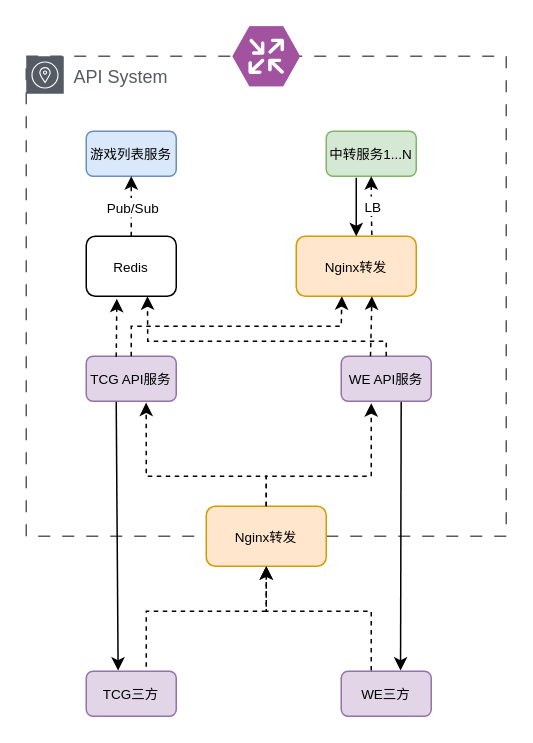
Above: 初步架构.drawio in scodfield/ppt (draw.io), before the change. Source tidied: cells renumbered, new cells numbered last; positions are measured from the earlier drawing's top-left corner, leaving out a move shared by most shapes. Both pictures are drawn from the tidied source at 150%, with x=0, y=0 at pixel (26, 26).
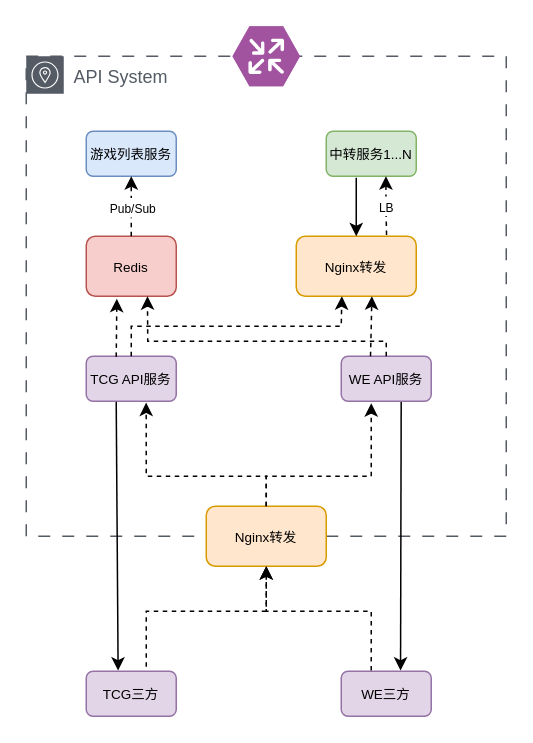
After the change.

Unchanged cells that the change refers to:
```xml
<mxCell id="5" value="&lt;font style=&quot;font-size: 9px;&quot;&gt;中转服务1...N&lt;/font&gt;" style="rounded=1;whiteSpace=wrap;html=1;fillColor=#d5e8d4;strokeColor=#82b366;" parent="1" vertex="1">
  <mxGeometry x="200" y="70" width="60" height="30" as="geometry" />
</mxCell>
<mxCell id="6" value="&lt;font style=&quot;font-size: 9px;&quot;&gt;Nginx转发&lt;/font&gt;" style="rounded=1;whiteSpace=wrap;html=1;fillColor=#ffe6cc;strokeColor=#d79b00;" parent="1" vertex="1">
  <mxGeometry x="180" y="140" width="80" height="40" as="geometry" />
</mxCell>
<mxCell id="26" style="endArrow=classic;html=1;rounded=0;exitX=0.5;exitY=0;exitDx=0;exitDy=0;entryX=0.5;entryY=1;entryDx=0;entryDy=0;dashed=1;" parent="1" edge="1" source="23" target="4">
  <mxGeometry relative="1" as="geometry" />
</mxCell>
```

Diff of the diagram source:
```diff
@@
-    <mxCell id="18" style="endArrow=classic;html=1;rounded=0;entryX=0.5;entryY=1;entryDx=0;entryDy=0;exitX=0.63;exitY=-0.022;exitDx=0;exitDy=0;exitPerimeter=0;dashed=1;" parent="1" edge="1" source="6" target="5">
+    <mxCell id="18" style="endArrow=classic;html=1;rounded=0;entryX=0.5;entryY=1;entryDx=0;entryDy=0;exitX=0.63;exitY=-0.022;exitDx=0;exitDy=0;exitPerimeter=0;dashed=1;" parent="1" edge="1">
       <mxGeometry relative="1" as="geometry">
+        <mxPoint x="240.2" y="139.1" as="sourcePoint" />
+        <mxPoint x="239.8" y="100" as="targetPoint" />
         <Array as="points">
-          <mxPoint x="230" y="120" />
+          <mxPoint x="239.8" y="120" />
+          <mxPoint x="239.8" y="110" />
         </Array>
       </mxGeometry>
     </mxCell>
-    <mxCell id="19" value="&lt;font style=&quot;font-size: 9px;&quot;&gt;LB&lt;/font&gt;" style="edgeLabel;html=1;align=center;verticalAlign=middle;" parent="18" vertex="1">
+    <mxCell id="19" value="&lt;font style=&quot;font-size: 8px;&quot;&gt;LB&lt;/font&gt;" style="edgeLabel;html=1;align=center;verticalAlign=middle;" parent="18" vertex="1">
       <mxGeometry relative="1" as="geometry" />
     </mxCell>
@@
-    <mxCell id="23" value="&lt;font style=&quot;font-size: 9px;&quot;&gt;Redis&lt;/font&gt;" style="rounded=1;whiteSpace=wrap;html=1;" parent="1" vertex="1">
+    <mxCell id="23" value="&lt;font style=&quot;font-size: 9px;&quot;&gt;Redis&lt;/font&gt;" style="rounded=1;whiteSpace=wrap;html=1;fillColor=#f8cecc;strokeColor=#b85450;" parent="1" vertex="1">
       <mxGeometry x="40" y="140" width="60" height="40" as="geometry" />
     </mxCell>
@@
-    <mxCell id="27" value="&lt;font style=&quot;font-size: 9px;&quot;&gt;Pub/Sub&lt;/font&gt;" style="edgeLabel;html=1;align=center;verticalAlign=middle;" parent="26" vertex="1">
+    <mxCell id="27" value="&lt;font style=&quot;font-size: 8px;&quot;&gt;Pub/Sub&lt;/font&gt;" style="edgeLabel;html=1;align=center;verticalAlign=middle;" parent="26" vertex="1">
       <mxGeometry relative="1" as="geometry" />
     </mxCell>
```
